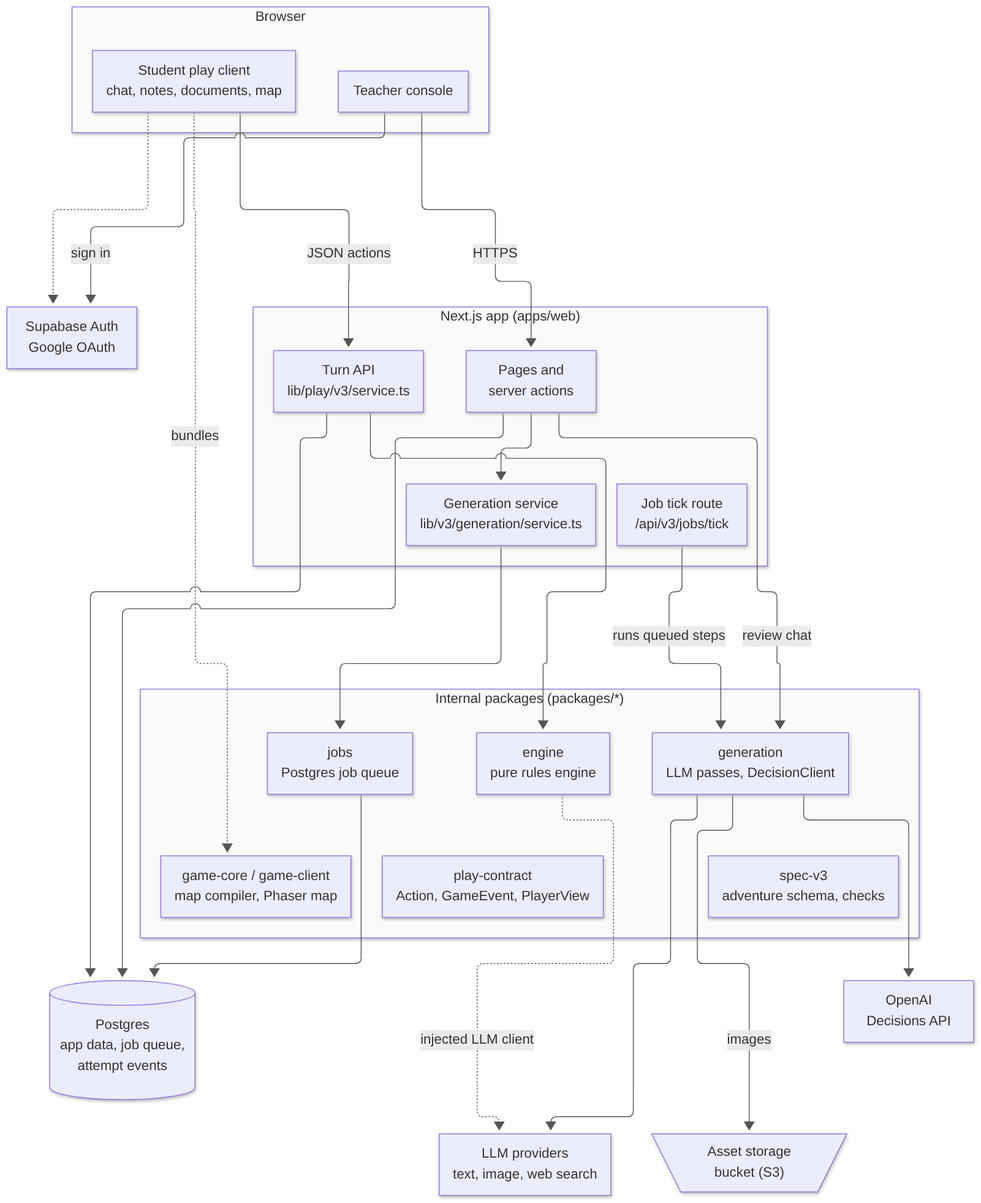
This is docs/diagrams/png/d1-system-overview.png from damiancxliew/CS3216_Assignment3, a Mermaid export, as it was before one commit. Its source is kept beside it as docs/diagrams/d1-system-overview.mmd.
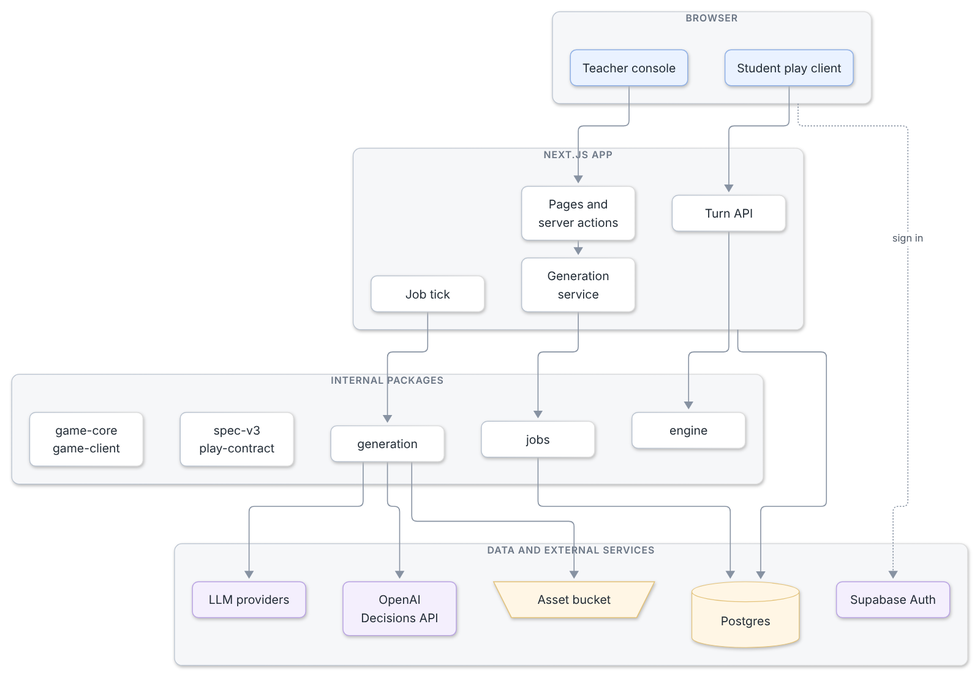
After the change.

Change to the diagram source:
```diff
@@ -2,50 +2,48 @@
   subgraph browser["Browser"]
     direction LR
     T["Teacher console"]
-    S["Student play client<br/>chat, notes, documents, map"]
+    S["Student play client"]
   end
 
-  subgraph web["Next.js app (apps/web)"]
+  subgraph web["Next.js app"]
     direction LR
     PAGES["Pages and<br/>server actions"]
-    TURN["Turn API<br/>lib/play/v3/service.ts"]
-    GEN["Generation service<br/>lib/v3/generation/service.ts"]
-    TICK["Job tick route<br/>/api/v3/jobs/tick"]
+    GEN["Generation<br/>service"]
+    TICK["Job tick"]
+    TURN["Turn API"]
   end
 
-  subgraph pkgs["Internal packages (packages/*)"]
-    ENG["engine<br/>pure rules engine"]
-    GP["generation<br/>LLM passes, DecisionClient"]
-    JOBS["jobs<br/>Postgres job queue"]
-    PC["play-contract<br/>Action, GameEvent, PlayerView"]
-    SPEC["spec-v3<br/>adventure schema, checks"]
-    GC["game-core / game-client<br/>map compiler, Phaser map"]
-    ENG ~~~ PC
-    GP ~~~ SPEC
-    JOBS ~~~ GC
+  subgraph pkgs["Internal packages"]
+    direction LR
+    GP["generation"]
+    JOBS["jobs"]
+    ENG["engine"]
+    SHARED["spec-v3<br/>play-contract"]
+    GC["game-core<br/>game-client"]
   end
 
-  DB[("Postgres<br/>app data, job queue,<br/>attempt events")]
-  AUTH["Supabase Auth<br/>Google OAuth"]
-  LLM["LLM providers<br/>text, image, web search"]
-  DEC["OpenAI<br/>Decisions API"]
-  BKT@{ shape: trap-t, label: "Asset storage<br/>bucket (S3)" }
+  subgraph infra["Data and external services"]
+    direction LR
+    LLM["LLM providers"]
+    DEC["OpenAI<br/>Decisions API"]
+    BKT@{ shape: trap-t, label: "Asset bucket" }
+    DB[("Postgres")]
+    AUTH["Supabase Auth"]
+  end
 
-  T -->|HTTPS| PAGES
-  S -->|"JSON actions"| TURN
-  T -.->|sign in| AUTH
-  S -.-> AUTH
+  T --> PAGES
+  S --> TURN
+  PAGES --> GEN --> JOBS
+  TICK --> GP
+  TURN --> ENG
+  GP --> LLM & DEC & BKT
+  JOBS --> DB
+  web --> DB
+  browser -.->|sign in| AUTH
 
-  PAGES --> GEN
-  TURN --> ENG
-  GEN --> JOBS
-  TICK -->|runs queued steps| GP
-  PAGES -->|review chat| GP
-  S -.->|bundles| GC
-
-  JOBS --> DB
-  PAGES & TURN --> DB
-  GP --> LLM
-  GP --> DEC
-  ENG -.->|"injected LLM client"| LLM
-  GP -->|images| BKT
+  classDef actor fill:#eaf2ff,stroke:#8fb0e6
+  classDef store fill:#fff6e5,stroke:#e3c27a
+  classDef ext fill:#f4effd,stroke:#b9a3e3
+  class T,S actor
+  class DB,BKT store
+  class AUTH,LLM,DEC ext
```
